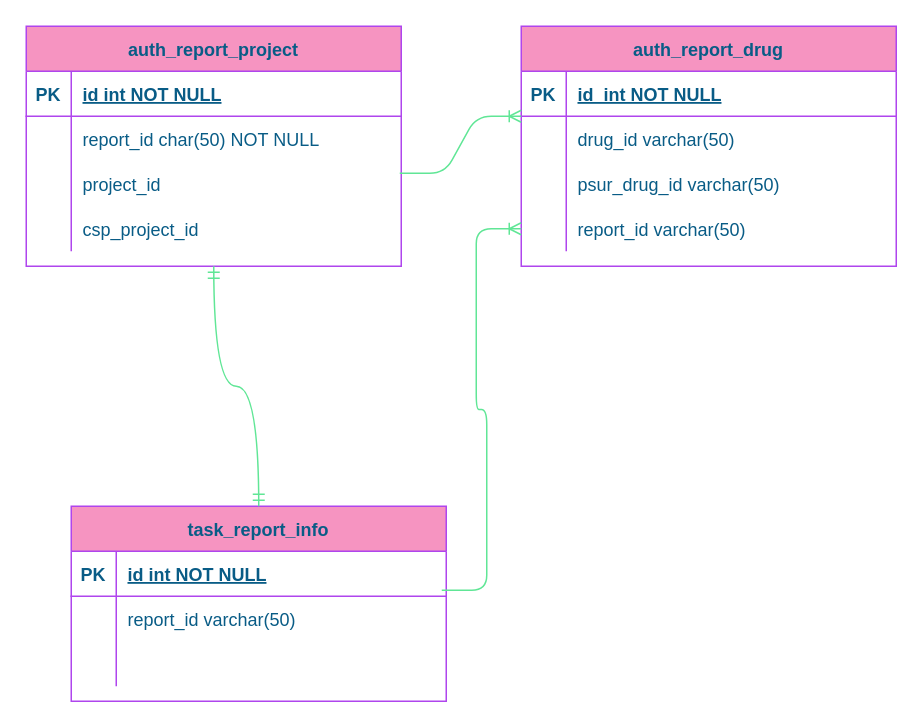
wangjunling/draw keeps this draw.io diagram as page "Page-1" (1 of 2) of 权限.drawio. Above is the earlier version. Source tidied: cells renumbered, new cells numbered last; positions are measured from the earlier drawing's top-left corner, leaving out a move shared by most shapes. Both pictures are drawn from the tidied source at 150%, with x=0, y=0 at pixel (26, 26).
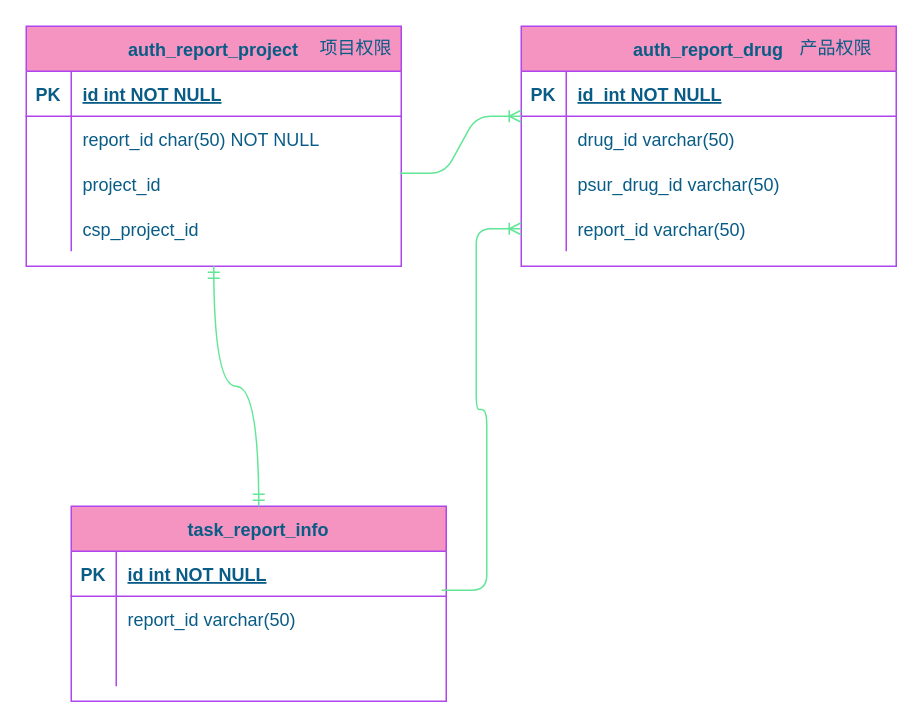
After the change.

Change to the diagram source:
```diff
@@
+    <mxCell id="41" value="项目权限" style="text;html=1;strokeColor=none;fillColor=none;align=center;verticalAlign=middle;whiteSpace=wrap;rounded=0;sketch=0;fontColor=#095C86;" parent="1" vertex="1">
+      <mxGeometry x="190" width="60" height="30" as="geometry" />
+    </mxCell>
+    <mxCell id="42" value="产品权限" style="text;html=1;strokeColor=none;fillColor=none;align=center;verticalAlign=middle;whiteSpace=wrap;rounded=0;sketch=0;fontColor=#095C86;" parent="1" vertex="1">
+      <mxGeometry x="510" width="60" height="30" as="geometry" />
+    </mxCell>
```
